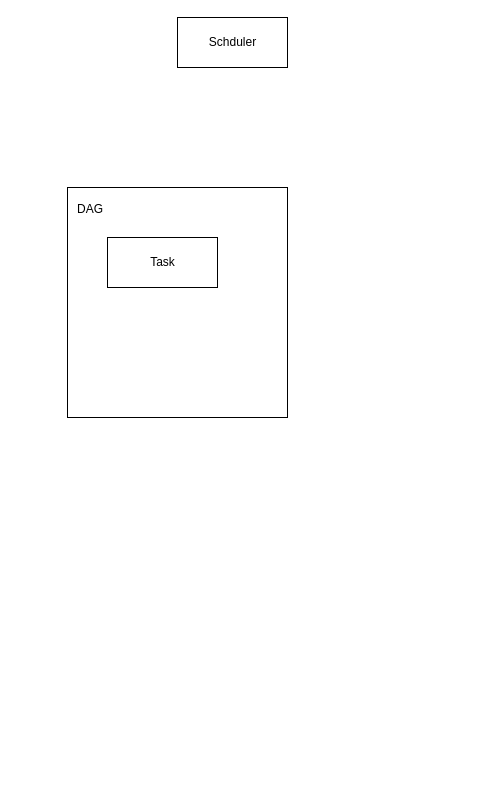
The draw.io diagram Airflow concepts.drawio in brendonlin/myflowchart, before the edit. Source tidied: cells renumbered, new cells numbered last; positions are measured from the earlier drawing's top-left corner, leaving out a move shared by most shapes. Both pictures are drawn from the tidied source at 100%, with x=0, y=0 at pixel (67, 17).
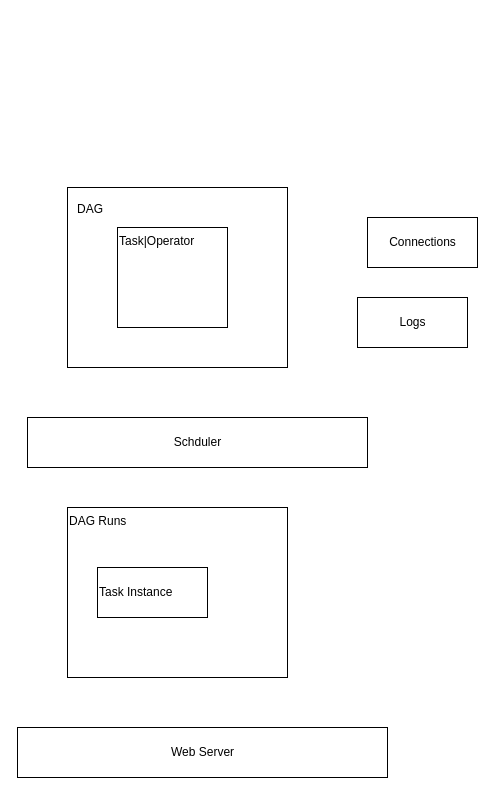
The same page after the edit.

The edit, as a diff of the source:
```diff
@@
 <mxGraphModel>
   <root>
     <mxCell id="0" />
     <mxCell id="1" parent="0" />
     <mxCell id="2" value="DAG" style="html=1;verticalAlign=top;align=left;spacingTop=0;spacing=10;" parent="1" vertex="1">
-      <mxGeometry y="170" width="220" height="230" as="geometry" />
+      <mxGeometry y="170" width="220" height="180" as="geometry" />
     </mxCell>
     <mxCell id="3" value="Schduler" style="html=1;" parent="1" vertex="1">
-      <mxGeometry x="110" width="110" height="50" as="geometry" />
+      <mxGeometry x="-40" y="400" width="340" height="50" as="geometry" />
     </mxCell>
-    <mxCell id="4" value="Task" style="html=1;" parent="1" vertex="1">
-      <mxGeometry x="40" y="220" width="110" height="50" as="geometry" />
+    <mxCell id="4" value="Task|Operator" style="html=1;verticalAlign=top;align=left;" parent="1" vertex="1">
+      <mxGeometry x="50" y="210" width="110" height="100" as="geometry" />
     </mxCell>
+    <mxCell id="5" value="DAG Runs" style="html=1;align=left;verticalAlign=top;" parent="1" vertex="1">
+      <mxGeometry y="490" width="220" height="170" as="geometry" />
+    </mxCell>
+    <mxCell id="6" value="Task Instance" style="html=1;align=left;" parent="1" vertex="1">
+      <mxGeometry x="30" y="550" width="110" height="50" as="geometry" />
+    </mxCell>
+    <mxCell id="7" value="Connections" style="html=1;align=center;" parent="1" vertex="1">
+      <mxGeometry x="300" y="200" width="110" height="50" as="geometry" />
+    </mxCell>
+    <mxCell id="8" value="Logs" style="html=1;align=center;" parent="1" vertex="1">
+      <mxGeometry x="290" y="280" width="110" height="50" as="geometry" />
+    </mxCell>
+    <mxCell id="9" value="Web Server" style="html=1;align=center;" parent="1" vertex="1">
+      <mxGeometry x="-50" y="710" width="370" height="50" as="geometry" />
+    </mxCell>
   </root>
 </mxGraphModel>
```
